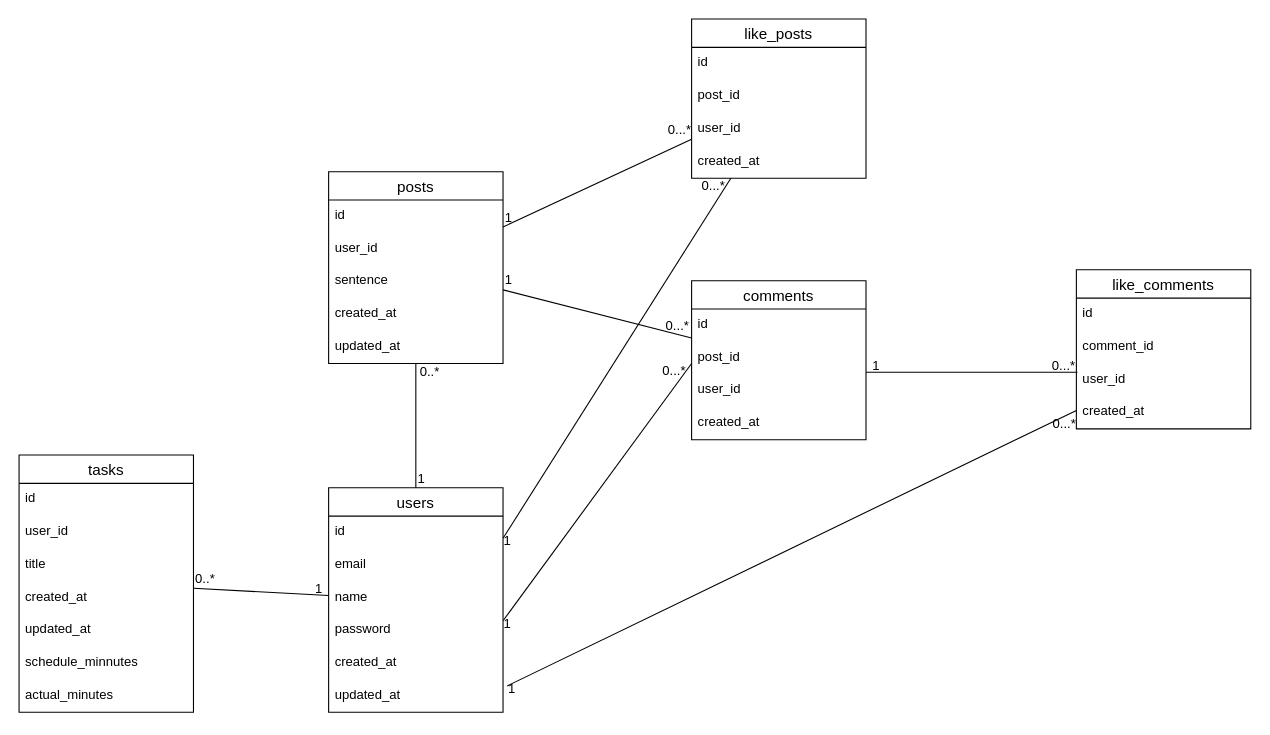
Before: docs/er.drawio in HirokaMitsunaga/MorningActivities-API-TypeScript, a draw.io diagram. Source tidied: cells renumbered, new cells numbered last; positions are measured from the earlier drawing's top-left corner, leaving out a move shared by most shapes. Both pictures are drawn from the tidied source at 109%, with x=0, y=0 at pixel (19, 19).
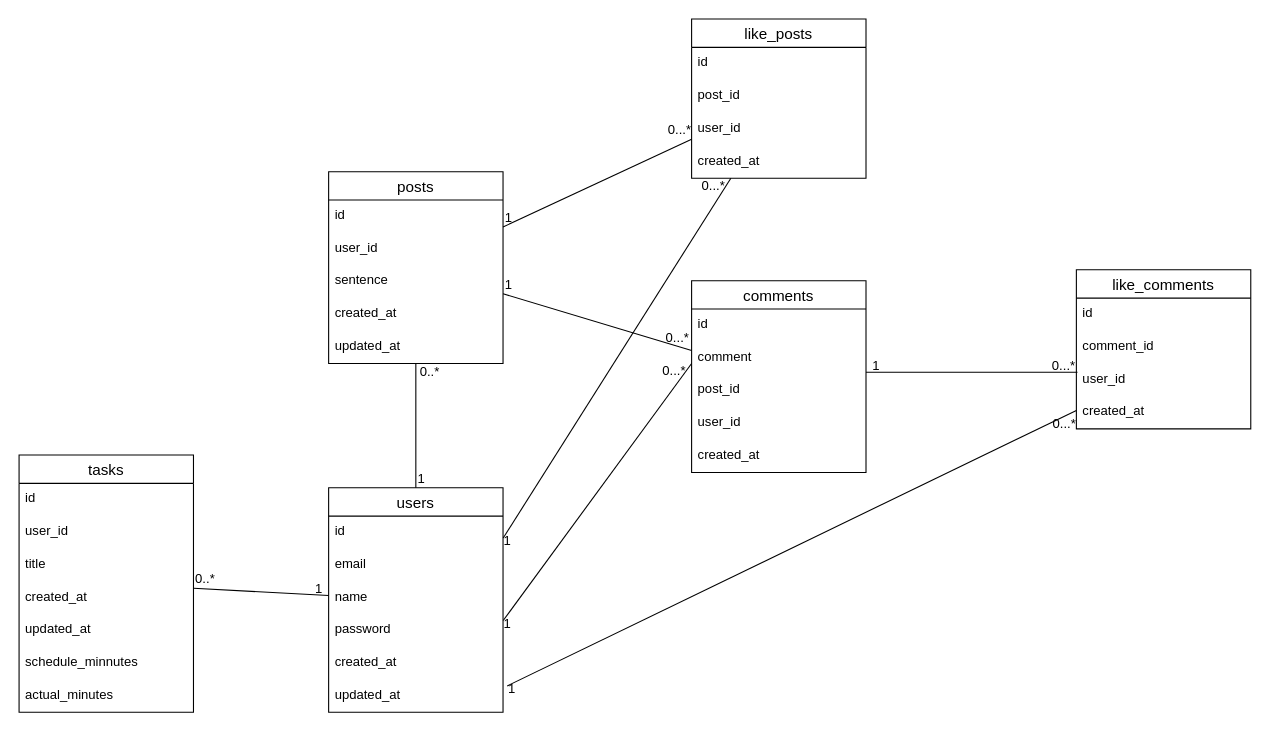
After the change.

Change to the diagram source:
```diff
@@
     <mxCell id="23" value="comments" style="swimlane;fontStyle=0;horizontal=1;startSize=26;align=center;fontSize=14;" parent="1" vertex="1">
-      <mxGeometry x="617" y="240" width="160" height="146" as="geometry" />
+      <mxGeometry x="617" y="240" width="160" height="176" as="geometry" />
     </mxCell>
@@
+    <mxCell id="62" value="comment" style="text;strokeColor=none;fillColor=none;spacingLeft=4;spacingRight=4;overflow=hidden;fontSize=12;" parent="23" vertex="1">
+      <mxGeometry y="56" width="160" height="30" as="geometry" />
+    </mxCell>
     <mxCell id="25" value="post_id" style="text;strokeColor=none;fillColor=none;spacingLeft=4;spacingRight=4;overflow=hidden;fontSize=12;" parent="23" vertex="1">
-      <mxGeometry y="56" width="160" height="30" as="geometry" />
+      <mxGeometry y="86" width="160" height="30" as="geometry" />
     </mxCell>
     <mxCell id="26" value="user_id" style="text;strokeColor=none;fillColor=none;spacingLeft=4;spacingRight=4;overflow=hidden;fontSize=12;" parent="23" vertex="1">
-      <mxGeometry y="86" width="160" height="30" as="geometry" />
+      <mxGeometry y="116" width="160" height="30" as="geometry" />
     </mxCell>
     <mxCell id="27" value="created_at" style="text;strokeColor=none;fillColor=none;spacingLeft=4;spacingRight=4;overflow=hidden;fontSize=12;" parent="23" vertex="1">
-      <mxGeometry y="116" width="160" height="30" as="geometry" />
+      <mxGeometry y="146" width="160" height="30" as="geometry" />
     </mxCell>
```
